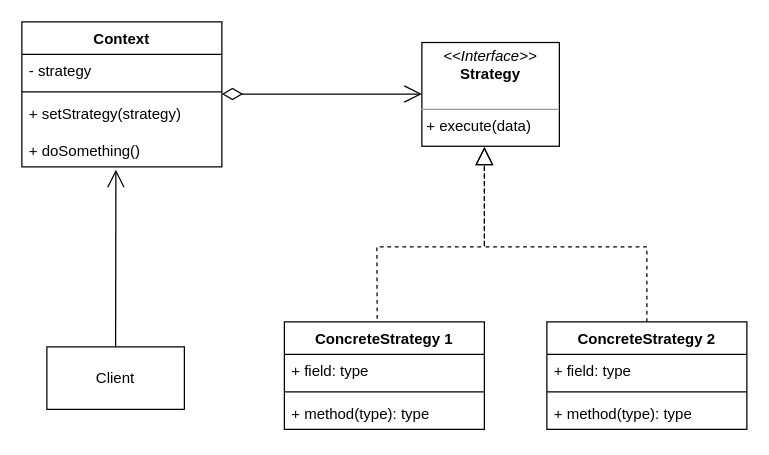
Before: engenharia_de_software_III/diagrams/Strategy_diagram.drawio in ogustavoalves/bertoti, a draw.io diagram. Source tidied: cells renumbered, new cells numbered last; positions are measured from the earlier drawing's top-left corner, leaving out a move shared by most shapes. Both pictures are drawn from the tidied source at 125%, with x=0, y=0 at pixel (21, 21).
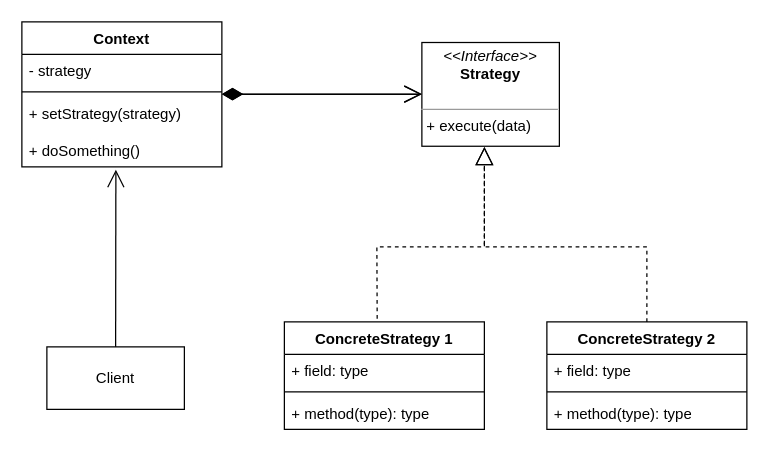
After the change.

Commit message (it also covers changes not shown here):
editando diagramas

What changed in the source:
```diff
@@
-    <mxCell id="17" style="endArrow=open;html=1;endSize=12;startArrow=diamondThin;startSize=14;startFill=0;edgeStyle=orthogonalEdgeStyle;align=left;verticalAlign=bottom;rounded=0;" parent="1" edge="1">
+    <mxCell id="17" style="endArrow=open;html=1;endSize=12;startArrow=diamondThin;startSize=14;startFill=0;edgeStyle=orthogonalEdgeStyle;align=left;verticalAlign=bottom;rounded=0;strokeColor=#000000;" parent="1" edge="1">
       <mxGeometry x="-0.88" y="-72" relative="1" as="geometry">
         <mxPoint x="160" y="57.7" as="sourcePoint" />
         <mxPoint x="320" y="57.7" as="targetPoint" />
       </mxGeometry>
     </mxCell>
@@
+    <mxCell id="21" style="endArrow=open;html=1;endSize=12;startArrow=diamondThin;startSize=14;startFill=1;edgeStyle=orthogonalEdgeStyle;align=left;verticalAlign=bottom;rounded=0;" parent="1" edge="1">
+      <mxGeometry x="-1" y="3" relative="1" as="geometry">
+        <mxPoint x="160" y="57.9" as="sourcePoint" />
+        <mxPoint x="320" y="57.9" as="targetPoint" />
+      </mxGeometry>
+    </mxCell>
```
